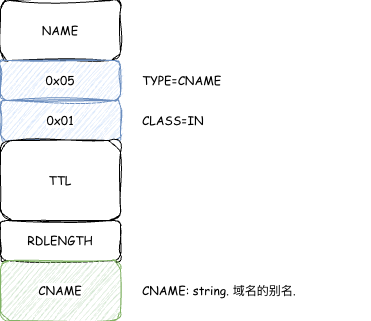
The draw.io diagram source/_posts/DNSScheme/cname.png in theo1893/theo1893.github.io, before a commit. Source tidied: cells renumbered, new cells last; positions are measured from the earlier drawing's top-left corner, leaving out a move shared by most shapes.
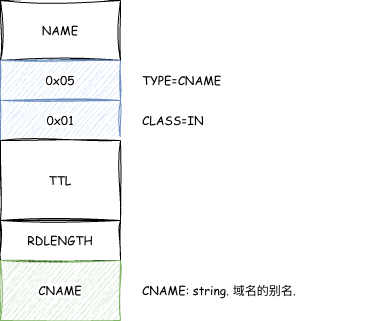
Later version of the same file.

Change to the diagram source:
```diff
@@ -2,22 +2,22 @@
   <root>
     <mxCell id="0" />
     <mxCell id="1" parent="0" />
-    <mxCell id="2" value="NAME" style="rounded=1;whiteSpace=wrap;html=1;sketch=1;jiggle=2;curveFitting=1;strokeColor=default;align=center;verticalAlign=middle;fontFamily=Comic Sans MS;fontSize=12;fontColor=default;labelBackgroundColor=default;fillColor=default;" parent="1" vertex="1">
+    <mxCell id="2" value="NAME" style="rounded=0;whiteSpace=wrap;html=1;sketch=1;jiggle=2;curveFitting=1;strokeColor=default;align=center;verticalAlign=middle;fontFamily=Comic Sans MS;fontSize=12;fontColor=default;labelBackgroundColor=default;fillColor=default;" parent="1" vertex="1">
       <mxGeometry width="120" height="60" as="geometry" />
     </mxCell>
-    <mxCell id="3" value="0x05" style="rounded=1;whiteSpace=wrap;html=1;sketch=1;jiggle=2;curveFitting=1;strokeColor=#6c8ebf;align=center;verticalAlign=middle;fontFamily=Comic Sans MS;fontSize=12;labelBackgroundColor=default;fillColor=#dae8fc;" parent="1" vertex="1">
+    <mxCell id="3" value="0x05" style="rounded=0;whiteSpace=wrap;html=1;sketch=1;jiggle=2;curveFitting=1;strokeColor=#6c8ebf;align=center;verticalAlign=middle;fontFamily=Comic Sans MS;fontSize=12;labelBackgroundColor=default;fillColor=#dae8fc;" parent="1" vertex="1">
       <mxGeometry y="60" width="120" height="40" as="geometry" />
     </mxCell>
-    <mxCell id="4" value="0x01" style="rounded=1;whiteSpace=wrap;html=1;sketch=1;jiggle=2;curveFitting=1;strokeColor=#6c8ebf;align=center;verticalAlign=middle;fontFamily=Comic Sans MS;fontSize=12;labelBackgroundColor=default;fillColor=#dae8fc;" parent="1" vertex="1">
+    <mxCell id="4" value="0x01" style="rounded=0;whiteSpace=wrap;html=1;sketch=1;jiggle=2;curveFitting=1;strokeColor=#6c8ebf;align=center;verticalAlign=middle;fontFamily=Comic Sans MS;fontSize=12;labelBackgroundColor=default;fillColor=#dae8fc;" parent="1" vertex="1">
       <mxGeometry y="100" width="120" height="40" as="geometry" />
     </mxCell>
-    <mxCell id="5" value="TTL" style="rounded=1;whiteSpace=wrap;html=1;sketch=1;jiggle=2;curveFitting=1;strokeColor=default;align=center;verticalAlign=middle;fontFamily=Comic Sans MS;fontSize=12;fontColor=default;labelBackgroundColor=default;fillColor=default;" parent="1" vertex="1">
+    <mxCell id="5" value="TTL" style="rounded=0;whiteSpace=wrap;html=1;sketch=1;jiggle=2;curveFitting=1;strokeColor=default;align=center;verticalAlign=middle;fontFamily=Comic Sans MS;fontSize=12;fontColor=default;labelBackgroundColor=default;fillColor=default;" parent="1" vertex="1">
       <mxGeometry y="140" width="120" height="80" as="geometry" />
     </mxCell>
-    <mxCell id="6" value="RDLENGTH" style="rounded=1;whiteSpace=wrap;html=1;sketch=1;jiggle=2;curveFitting=1;strokeColor=default;align=center;verticalAlign=middle;fontFamily=Comic Sans MS;fontSize=12;fontColor=default;labelBackgroundColor=default;fillColor=default;" parent="1" vertex="1">
+    <mxCell id="6" value="RDLENGTH" style="rounded=0;whiteSpace=wrap;html=1;sketch=1;jiggle=2;curveFitting=1;strokeColor=default;align=center;verticalAlign=middle;fontFamily=Comic Sans MS;fontSize=12;fontColor=default;labelBackgroundColor=default;fillColor=default;" parent="1" vertex="1">
       <mxGeometry y="220" width="120" height="40" as="geometry" />
     </mxCell>
-    <mxCell id="7" value="CNAME" style="rounded=1;whiteSpace=wrap;html=1;sketch=1;jiggle=2;curveFitting=1;strokeColor=#82b366;align=center;verticalAlign=middle;fontFamily=Comic Sans MS;fontSize=12;labelBackgroundColor=default;fillColor=#d5e8d4;" parent="1" vertex="1">
+    <mxCell id="7" value="CNAME" style="rounded=0;whiteSpace=wrap;html=1;sketch=1;jiggle=2;curveFitting=1;strokeColor=#82b366;align=center;verticalAlign=middle;fontFamily=Comic Sans MS;fontSize=12;labelBackgroundColor=default;fillColor=#d5e8d4;" parent="1" vertex="1">
       <mxGeometry y="260" width="120" height="60" as="geometry" />
     </mxCell>
     <mxCell id="8" value="CNAME: string. 域名的别名." style="text;html=1;whiteSpace=wrap;strokeColor=none;fillColor=none;align=left;verticalAlign=middle;rounded=0;fontFamily=Comic Sans MS;fontSize=12;fontColor=default;labelBackgroundColor=default;" parent="1" vertex="1">
```
